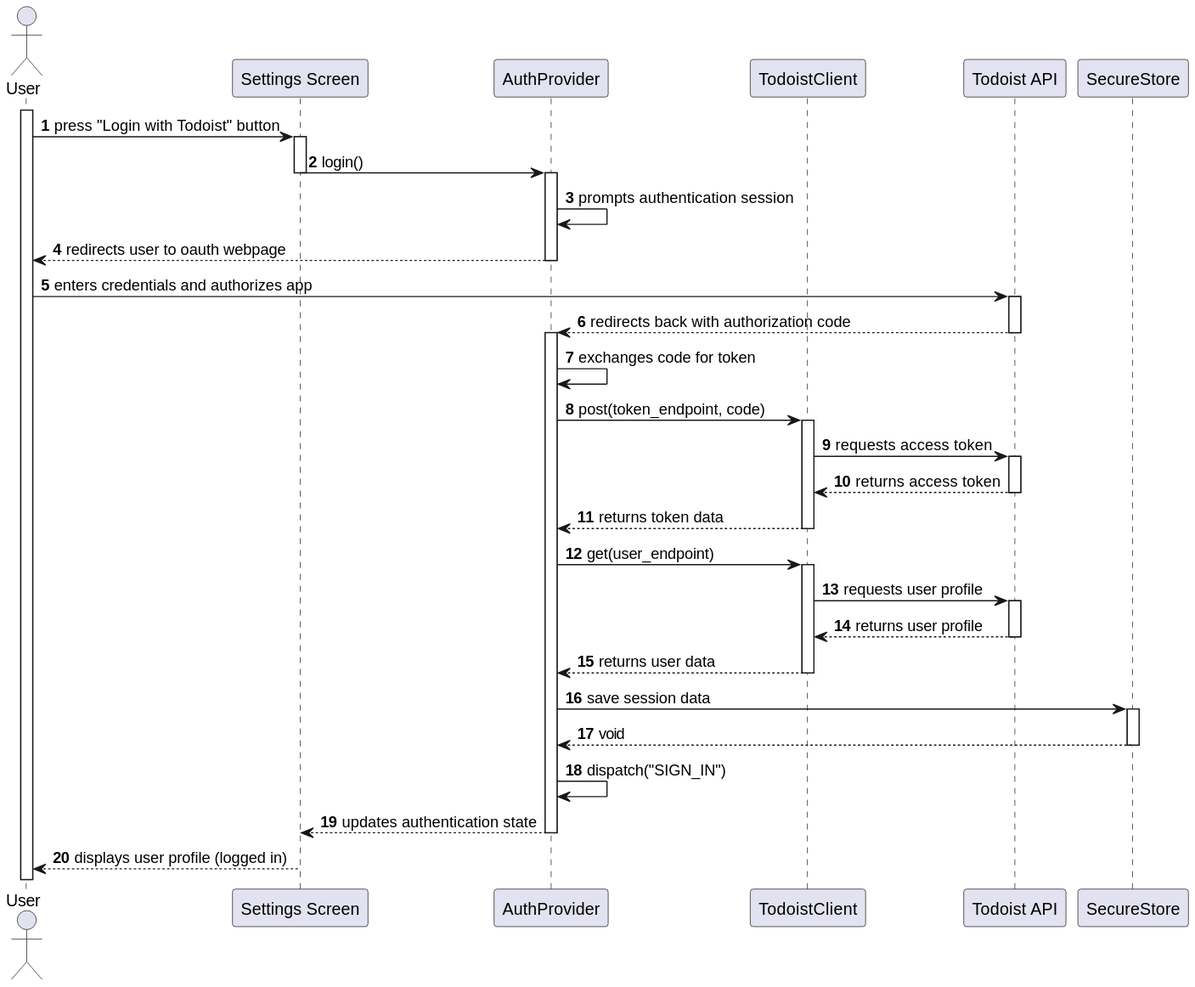
Earlier version of the PlantUML export docs/UC06/svg/SD.svg (isneru/DSSMV_ProjectReact_1240567_1241692).
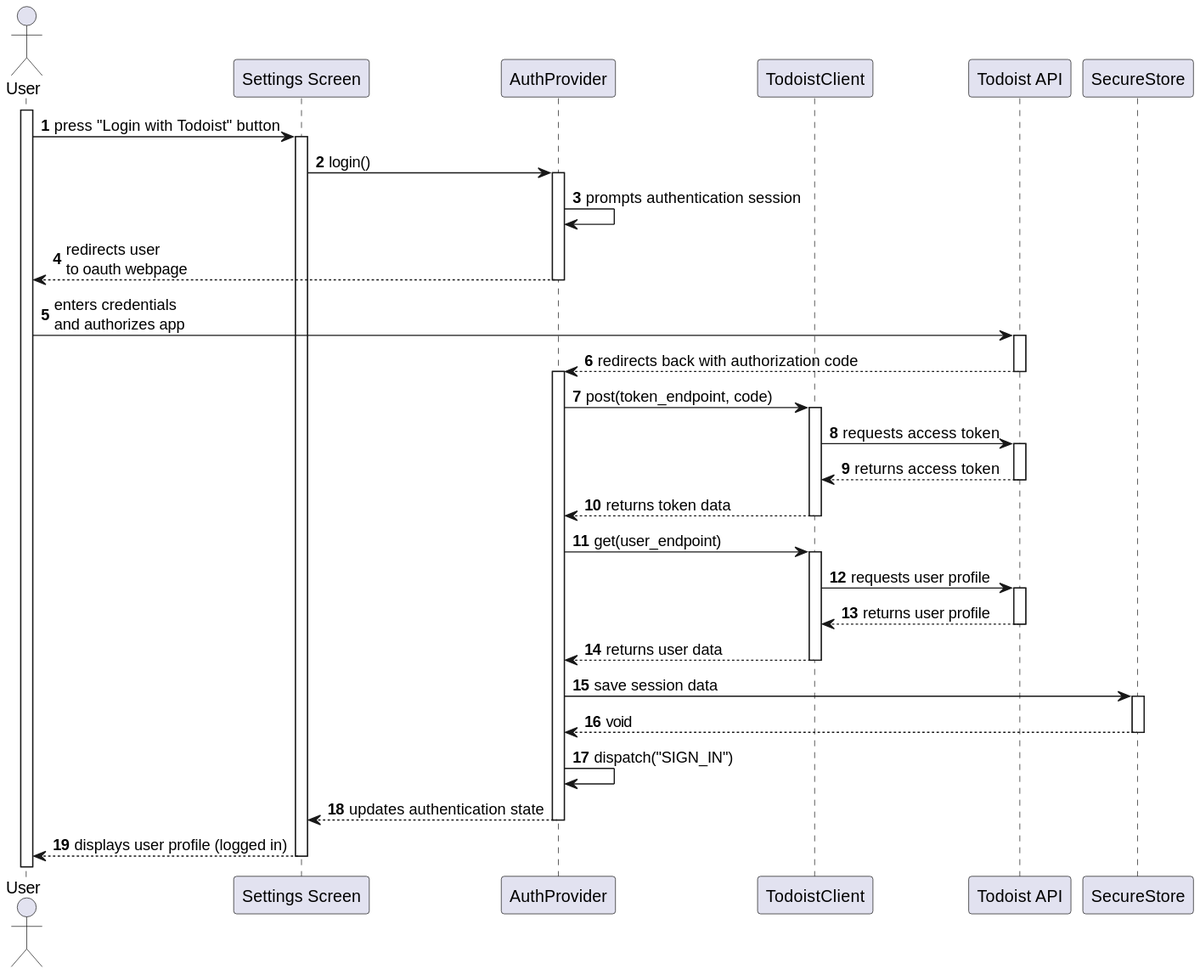
After the commit.

The edit, as a diff of the source:
```diff
@@ -12,20 +12,17 @@
 User -> UI : press "Login with Todoist" button
 activate UI
 UI -> Context : login()
-deactivate UI
 activate Context
 
 Context -> Context : prompts authentication session
-Context --> User : redirects user to oauth webpage
+Context --> User : redirects user\nto oauth webpage
 deactivate Context
 
-User -> API : enters credentials and authorizes app
+User -> API : enters credentials\nand authorizes app
 activate API
 API --> Context : redirects back with authorization code
 deactivate API
 activate Context
-
-Context -> Context : exchanges code for token
 
 Context -> Client : post(token_endpoint, code)
 activate Client
```
